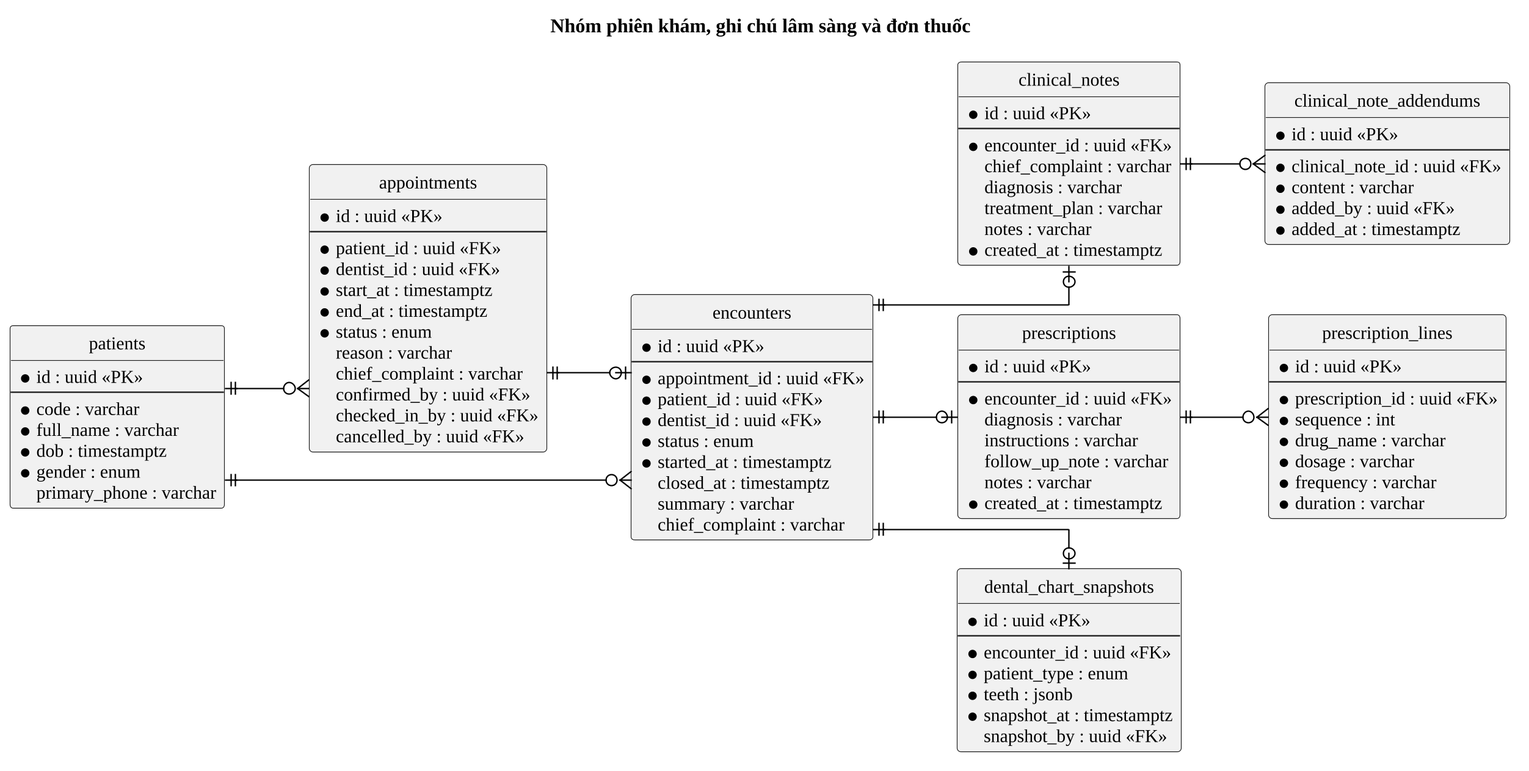
This is docs/10_Thesis/bao-cao/hinh/3-3-erd-kham-dieu-tri.png from Trantuan0310/dental-clinic-nestjs-react, a PlantUML export, as it was before one commit.
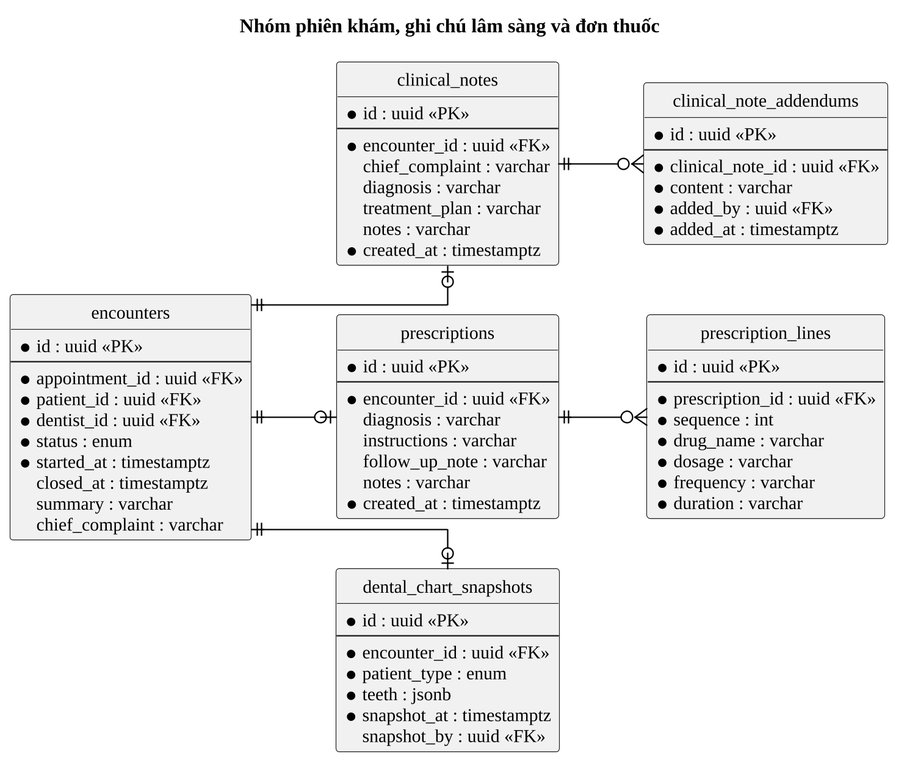
The same file after the commit.

Commit message:
Báo cáo: ERD phiên khám/hóa đơn bỏ bảng lặp để chữ đủ lớn khi in; ngắt dòng tên đề tài trên bìa

What changed in the source:
```diff
@@ -6,29 +6,6 @@
 skinparam defaultFontSize 13
 title Nhóm phiên khám, ghi chú lâm sàng và đơn thuốc
 
-entity "patients" as Patient {
-  * id : uuid <<PK>>
-  --
-  * code : varchar
-  * full_name : varchar
-  * dob : timestamptz
-  * gender : enum
-  primary_phone : varchar
-}
-entity "appointments" as Appointment {
-  * id : uuid <<PK>>
-  --
-  * patient_id : uuid <<FK>>
-  * dentist_id : uuid <<FK>>
-  * start_at : timestamptz
-  * end_at : timestamptz
-  * status : enum
-  reason : varchar
-  chief_complaint : varchar
-  confirmed_by : uuid <<FK>>
-  checked_in_by : uuid <<FK>>
-  cancelled_by : uuid <<FK>>
-}
 entity "encounters" as Encounter {
   * id : uuid <<PK>>
   --
@@ -89,9 +66,6 @@
   snapshot_by : uuid <<FK>>
 }
 
-Patient ||--o{ Appointment
-Appointment ||--o| Encounter
-Patient ||--o{ Encounter
 Encounter ||--o| ClinicalNote
 ClinicalNote ||--o{ ClinicalNoteAddendum
 Encounter ||--o| Prescription
```
